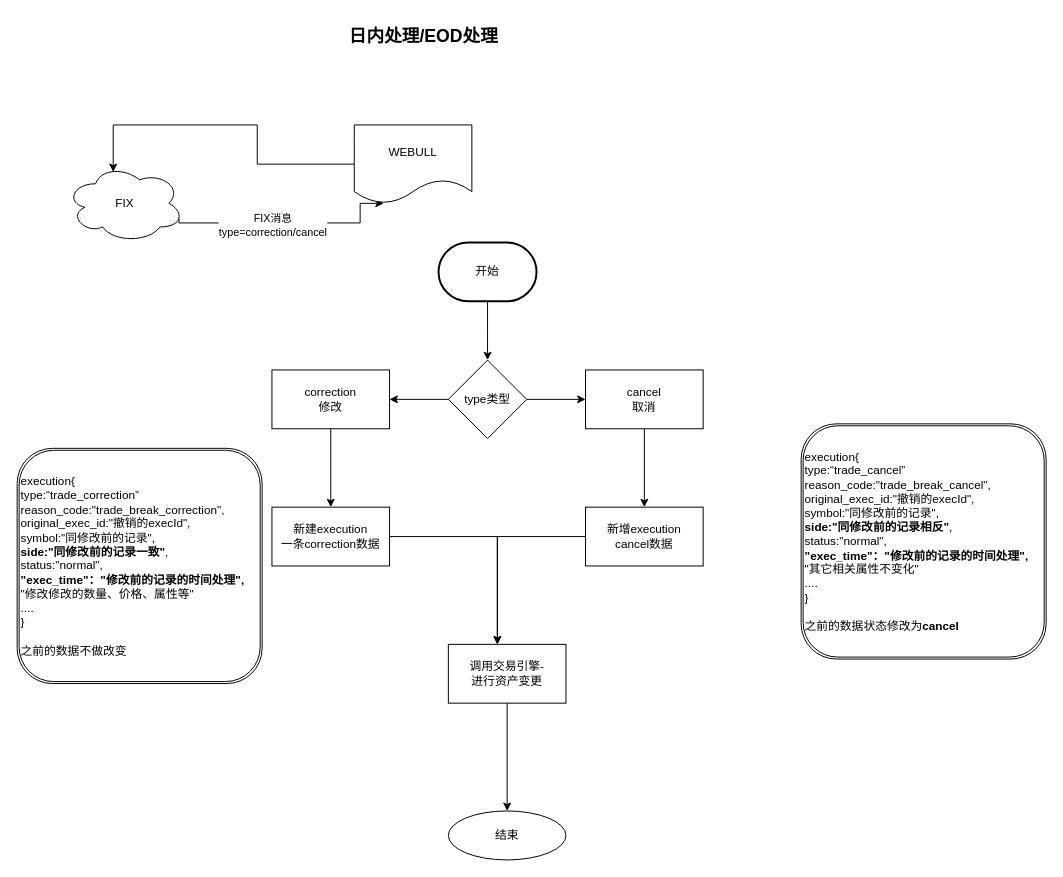
This is 未命名绘图.drawio from xinyanggit/draw_io, a draw.io file, before an edit. Source tidied: cells renumbered, new cells numbered last; positions are measured from the earlier drawing's top-left corner, leaving out a move shared by most shapes. Both pictures are drawn from the tidied source at 98%, with x=0, y=0 at pixel (17, 17).
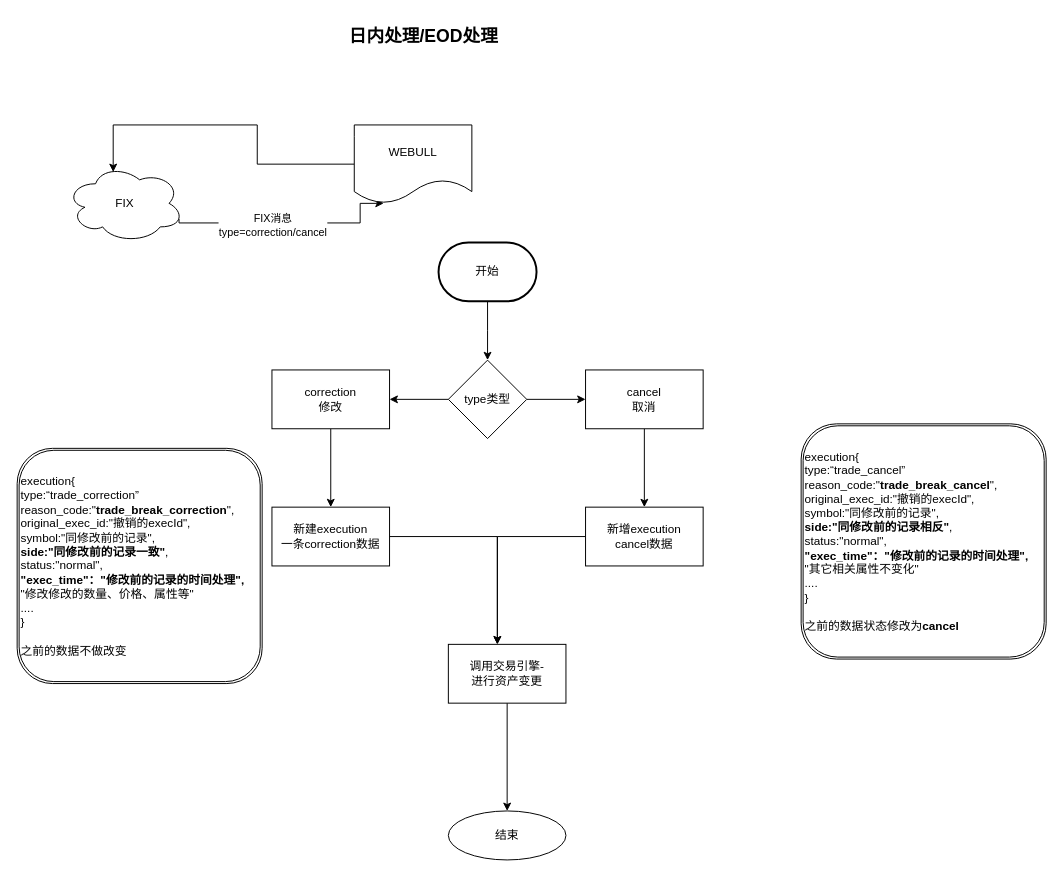
Above is the later version.

Diff of the diagram source:
```diff
@@
-    <mxCell id="19" value="&lt;div&gt;execution{&lt;/div&gt;&lt;div&gt;type:“trade_correction”&lt;/div&gt;&lt;div&gt;reason_code:&quot;trade_break_correction&quot;,&lt;/div&gt;&lt;div&gt;original_exec_id:&quot;撤销的execId&quot;,&lt;/div&gt;&lt;div&gt;symbol:&quot;同修改前的记录&quot;,&lt;/div&gt;&lt;div&gt;&lt;b&gt;side:&quot;同修改前的记录一致&quot;&lt;/b&gt;,&lt;/div&gt;&lt;div&gt;status:&quot;normal&quot;,&lt;/div&gt;&lt;div&gt;&lt;b&gt;&quot;exec_time&quot;：&quot;修改前的记录的时间处理&quot;,&lt;/b&gt;&lt;/div&gt;&lt;div&gt;&lt;span&gt;&quot;修改修改的数量、价格、属性等&quot;&lt;/span&gt;&lt;br&gt;&lt;/div&gt;&lt;div&gt;....&lt;/div&gt;&lt;div&gt;}&lt;/div&gt;&lt;div&gt;&lt;br&gt;&lt;/div&gt;&lt;div&gt;之前的数据不做改变&lt;/div&gt;" style="shape=ext;double=1;rounded=1;whiteSpace=wrap;html=1;align=left;" parent="1" vertex="1">
+    <mxCell id="19" value="&lt;div&gt;execution{&lt;/div&gt;&lt;div&gt;type:“trade_correction”&lt;/div&gt;&lt;div&gt;reason_code:&quot;&lt;b&gt;trade_break_correction&lt;/b&gt;&quot;,&lt;/div&gt;&lt;div&gt;original_exec_id:&quot;撤销的execId&quot;,&lt;/div&gt;&lt;div&gt;symbol:&quot;同修改前的记录&quot;,&lt;/div&gt;&lt;div&gt;&lt;b&gt;side:&quot;同修改前的记录一致&quot;&lt;/b&gt;,&lt;/div&gt;&lt;div&gt;status:&quot;normal&quot;,&lt;/div&gt;&lt;div&gt;&lt;b&gt;&quot;exec_time&quot;：&quot;修改前的记录的时间处理&quot;,&lt;/b&gt;&lt;/div&gt;&lt;div&gt;&lt;span&gt;&quot;修改修改的数量、价格、属性等&quot;&lt;/span&gt;&lt;br&gt;&lt;/div&gt;&lt;div&gt;....&lt;/div&gt;&lt;div&gt;}&lt;/div&gt;&lt;div&gt;&lt;br&gt;&lt;/div&gt;&lt;div&gt;之前的数据不做改变&lt;/div&gt;" style="shape=ext;double=1;rounded=1;whiteSpace=wrap;html=1;align=left;" parent="1" vertex="1">
       <mxGeometry y="440" width="250" height="240" as="geometry" />
     </mxCell>
@@
-    <mxCell id="25" value="&lt;div&gt;execution{&lt;/div&gt;&lt;div&gt;type:“trade_cancel”&lt;/div&gt;&lt;div&gt;reason_code:&quot;trade_break_cancel&quot;,&lt;/div&gt;&lt;div&gt;original_exec_id:&quot;撤销的execId&quot;,&lt;/div&gt;&lt;div&gt;symbol:&quot;同修改前的记录&quot;,&lt;/div&gt;&lt;div&gt;&lt;b&gt;side:&quot;同修改前的记录相反&quot;&lt;/b&gt;,&lt;/div&gt;&lt;div&gt;status:&quot;normal&quot;,&lt;/div&gt;&lt;div&gt;&lt;b&gt;&quot;exec_time&quot;：&quot;修改前的记录的时间处理&quot;,&lt;/b&gt;&lt;/div&gt;&lt;div&gt;&lt;span&gt;&quot;其它相关属性不变化&quot;&lt;/span&gt;&lt;br&gt;&lt;/div&gt;&lt;div&gt;....&lt;/div&gt;&lt;div&gt;}&lt;/div&gt;&lt;div&gt;&lt;br&gt;&lt;/div&gt;&lt;div&gt;之前的数据状态修改为&lt;b&gt;cancel&lt;/b&gt;&lt;/div&gt;" style="shape=ext;double=1;rounded=1;whiteSpace=wrap;html=1;align=left;" parent="1" vertex="1">
+    <mxCell id="25" value="&lt;div&gt;execution{&lt;/div&gt;&lt;div&gt;type:“trade_cancel”&lt;/div&gt;&lt;div&gt;reason_code:&quot;&lt;b&gt;trade_break_cancel&lt;/b&gt;&quot;,&lt;/div&gt;&lt;div&gt;original_exec_id:&quot;撤销的execId&quot;,&lt;/div&gt;&lt;div&gt;symbol:&quot;同修改前的记录&quot;,&lt;/div&gt;&lt;div&gt;&lt;b&gt;side:&quot;同修改前的记录相反&quot;&lt;/b&gt;,&lt;/div&gt;&lt;div&gt;status:&quot;normal&quot;,&lt;/div&gt;&lt;div&gt;&lt;b&gt;&quot;exec_time&quot;：&quot;修改前的记录的时间处理&quot;,&lt;/b&gt;&lt;/div&gt;&lt;div&gt;&lt;span&gt;&quot;其它相关属性不变化&quot;&lt;/span&gt;&lt;br&gt;&lt;/div&gt;&lt;div&gt;....&lt;/div&gt;&lt;div&gt;}&lt;/div&gt;&lt;div&gt;&lt;br&gt;&lt;/div&gt;&lt;div&gt;之前的数据状态修改为&lt;b&gt;cancel&lt;/b&gt;&lt;/div&gt;" style="shape=ext;double=1;rounded=1;whiteSpace=wrap;html=1;align=left;" parent="1" vertex="1">
       <mxGeometry x="800" y="415" width="250" height="240" as="geometry" />
     </mxCell>
```
